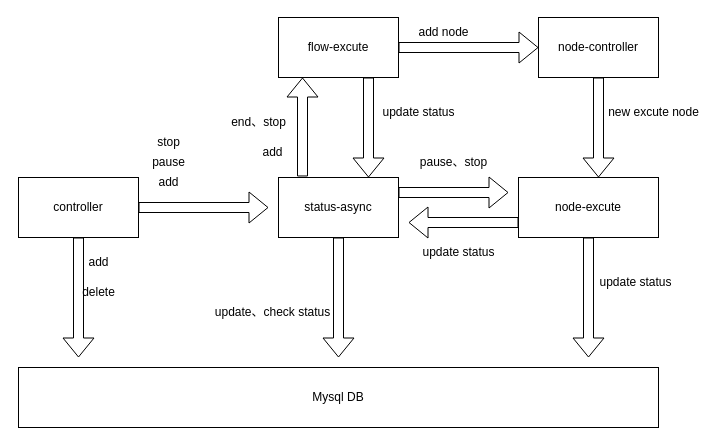
Earlier version of the draw.io diagram 架构.drawio (tianmo/workflow). Source tidied: cells renumbered, new cells numbered last; positions are measured from the earlier drawing's top-left corner, leaving out a move shared by most shapes. Both pictures are drawn from the tidied source at 100%, with x=0, y=0 at pixel (18, 17).
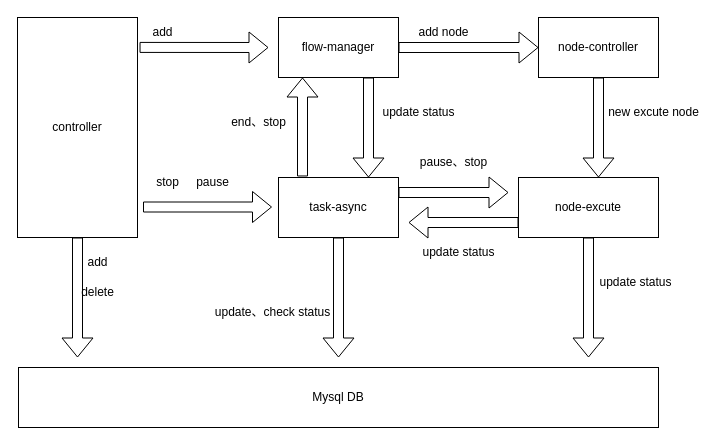
Above is the later version.

Diff of the diagram source:
```diff
@@
-    <mxCell id="3" value="status-async" style="rounded=0;whiteSpace=wrap;html=1;" parent="1" vertex="1">
+    <mxCell id="3" value="task-async" style="rounded=0;whiteSpace=wrap;html=1;" parent="1" vertex="1">
       <mxGeometry x="260" y="160" width="120" height="60" as="geometry" />
     </mxCell>
-    <mxCell id="4" value="flow-excute" style="rounded=0;whiteSpace=wrap;html=1;" parent="1" vertex="1">
+    <mxCell id="4" value="flow-manager" style="rounded=0;whiteSpace=wrap;html=1;" parent="1" vertex="1">
       <mxGeometry x="260" width="120" height="60" as="geometry" />
     </mxCell>
     <mxCell id="5" value="controller" style="rounded=0;whiteSpace=wrap;html=1;" parent="1" vertex="1">
-      <mxGeometry y="160" width="120" height="60" as="geometry" />
+      <mxGeometry x="-1" width="120" height="220" as="geometry" />
     </mxCell>
@@
     <mxCell id="7" style="shape=flexArrow;endArrow=classic;html=1;rounded=0;exitX=0.5;exitY=1;exitDx=0;exitDy=0;" parent="1" edge="1" source="5">
       <mxGeometry relative="1" as="geometry">
-        <mxPoint x="60" y="340" as="targetPoint" />
+        <mxPoint x="59" y="340" as="targetPoint" />
       </mxGeometry>
     </mxCell>
     <mxCell id="8" value="add" style="text;html=1;align=center;verticalAlign=middle;strokeColor=none;fillColor=none;" parent="1" vertex="1">
-      <mxGeometry x="60" y="230" width="40" height="30" as="geometry" />
+      <mxGeometry x="59" y="230" width="40" height="30" as="geometry" />
     </mxCell>
     <mxCell id="9" value="delete" style="text;html=1;align=center;verticalAlign=middle;strokeColor=none;fillColor=none;" parent="1" vertex="1">
-      <mxGeometry x="50" y="260" width="60" height="30" as="geometry" />
+      <mxGeometry x="49" y="260" width="60" height="30" as="geometry" />
     </mxCell>
     <mxCell id="10" value="add" style="text;html=1;align=center;verticalAlign=middle;strokeColor=none;fillColor=none;" parent="1" vertex="1">
-      <mxGeometry x="130" y="150" width="40" height="30" as="geometry" />
+      <mxGeometry x="124" width="40" height="30" as="geometry" />
     </mxCell>
-    <mxCell id="11" style="shape=flexArrow;endArrow=classic;html=1;rounded=0;exitX=1;exitY=0.5;exitDx=0;exitDy=0;" parent="1" edge="1" source="5">
+    <mxCell id="11" style="shape=flexArrow;endArrow=classic;html=1;rounded=0;exitX=1.017;exitY=0.136;exitDx=0;exitDy=0;exitPerimeter=0;" parent="1" edge="1" source="5">
       <mxGeometry relative="1" as="geometry">
-        <mxPoint x="250" y="190" as="targetPoint" />
+        <mxPoint x="250" y="30" as="targetPoint" />
       </mxGeometry>
     </mxCell>
     <mxCell id="12" value="pause" style="text;html=1;align=center;verticalAlign=middle;strokeColor=none;fillColor=none;" parent="1" vertex="1">
-      <mxGeometry x="120" y="130" width="60" height="30" as="geometry" />
+      <mxGeometry x="164" y="150" width="60" height="30" as="geometry" />
     </mxCell>
     <mxCell id="13" value="stop" style="text;html=1;align=center;verticalAlign=middle;strokeColor=none;fillColor=none;" parent="1" vertex="1">
-      <mxGeometry x="125" y="110" width="50" height="30" as="geometry" />
+      <mxGeometry x="124" y="150" width="50" height="30" as="geometry" />
     </mxCell>
@@
-    <mxCell id="15" value="add" style="text;html=1;align=center;verticalAlign=middle;strokeColor=none;fillColor=none;" parent="1" vertex="1">
-      <mxGeometry x="234" y="120" width="40" height="30" as="geometry" />
-    </mxCell>
@@
+    <mxCell id="32" style="shape=flexArrow;endArrow=classic;html=1;rounded=0;exitX=1.017;exitY=0.136;exitDx=0;exitDy=0;exitPerimeter=0;" parent="1" edge="1">
+      <mxGeometry relative="1" as="geometry">
+        <mxPoint x="124.5" y="189.5" as="sourcePoint" />
+        <mxPoint x="253.5" y="189.5" as="targetPoint" />
+      </mxGeometry>
+    </mxCell>
```
